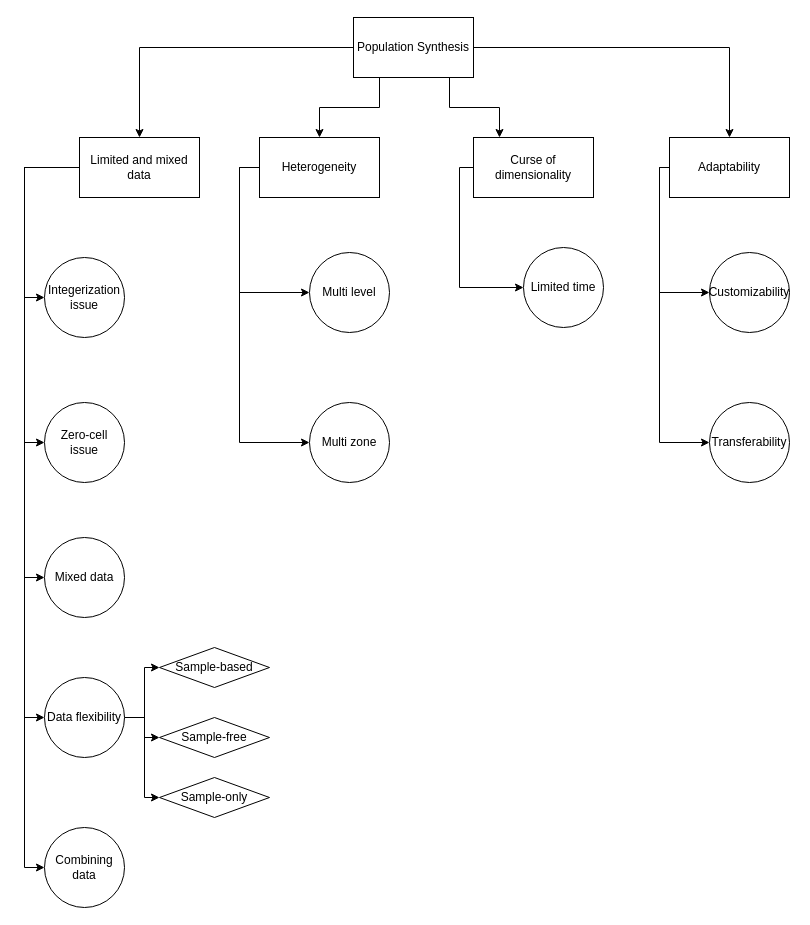
bobkatla/PopSyn_Monash keeps this draw.io diagram as simple_BN_learn/Untitled Diagram.drawio. Above is the earlier version. Source tidied: cells renumbered, new cells numbered last; positions are measured from the earlier drawing's top-left corner, leaving out a move shared by most shapes. Both pictures are drawn from the tidied source at 100%, with x=0, y=0 at pixel (24, 17).
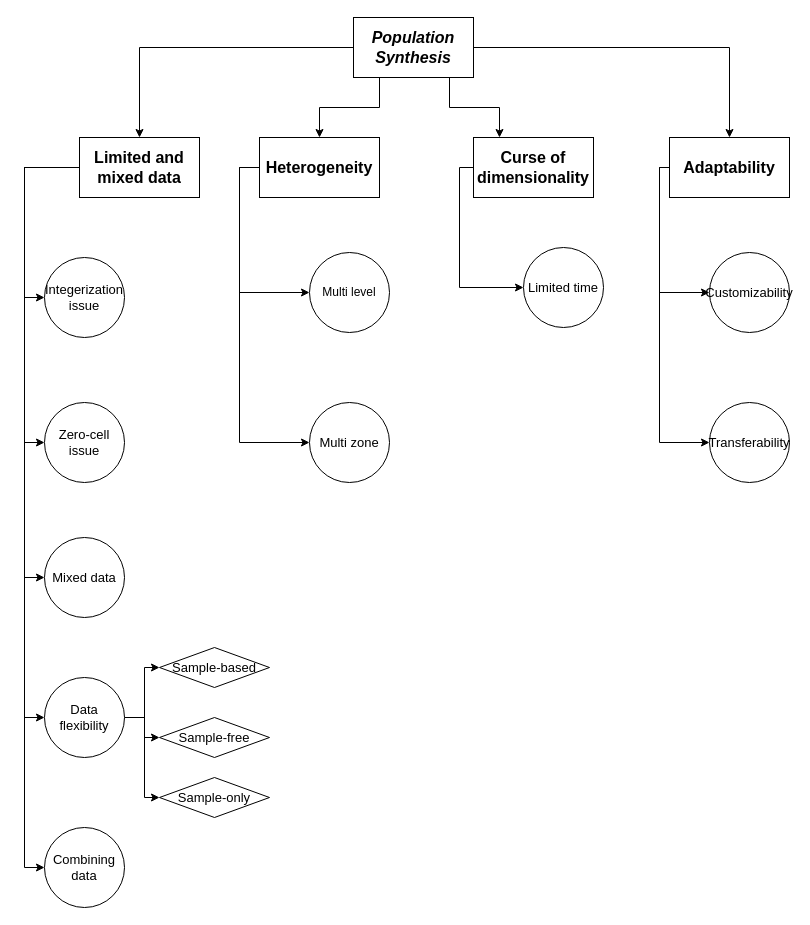
The same diagram, later.

Change to the diagram source:
```diff
@@
-    <mxCell id="6" value="Population Synthesis" style="rounded=0;whiteSpace=wrap;html=1;" parent="1" vertex="1">
+    <mxCell id="6" value="&lt;font style=&quot;font-size: 16px;&quot;&gt;&lt;b&gt;&lt;i&gt;Population Synthesis&lt;/i&gt;&lt;/b&gt;&lt;/font&gt;" style="rounded=0;whiteSpace=wrap;html=1;" parent="1" vertex="1">
       <mxGeometry x="329" width="120" height="60" as="geometry" />
     </mxCell>
@@
-    <mxCell id="12" value="Limited and mixed data" style="rounded=0;whiteSpace=wrap;html=1;" parent="1" vertex="1">
+    <mxCell id="12" value="&lt;b&gt;&lt;font style=&quot;font-size: 16px;&quot;&gt;Limited and mixed data&lt;/font&gt;&lt;/b&gt;" style="rounded=0;whiteSpace=wrap;html=1;" parent="1" vertex="1">
       <mxGeometry x="55" y="120" width="120" height="60" as="geometry" />
     </mxCell>
@@
-    <mxCell id="15" value="Heterogeneity" style="rounded=0;whiteSpace=wrap;html=1;" parent="1" vertex="1">
+    <mxCell id="15" value="&lt;b&gt;&lt;font style=&quot;font-size: 16px;&quot;&gt;Heterogeneity&lt;/font&gt;&lt;/b&gt;" style="rounded=0;whiteSpace=wrap;html=1;" parent="1" vertex="1">
       <mxGeometry x="235" y="120" width="120" height="60" as="geometry" />
     </mxCell>
@@
-    <mxCell id="17" value="Curse of dimensionality" style="rounded=0;whiteSpace=wrap;html=1;" parent="1" vertex="1">
+    <mxCell id="17" value="&lt;b&gt;&lt;font style=&quot;font-size: 16px;&quot;&gt;Curse of dimensionality&lt;/font&gt;&lt;/b&gt;" style="rounded=0;whiteSpace=wrap;html=1;" parent="1" vertex="1">
       <mxGeometry x="449" y="120" width="120" height="60" as="geometry" />
     </mxCell>
@@
-    <mxCell id="20" value="Adaptability" style="rounded=0;whiteSpace=wrap;html=1;" parent="1" vertex="1">
+    <mxCell id="20" value="&lt;b&gt;&lt;font style=&quot;font-size: 16px;&quot;&gt;Adaptability&lt;/font&gt;&lt;/b&gt;" style="rounded=0;whiteSpace=wrap;html=1;" parent="1" vertex="1">
       <mxGeometry x="645" y="120" width="120" height="60" as="geometry" />
     </mxCell>
-    <mxCell id="21" value="Zero-cell issue" style="ellipse;whiteSpace=wrap;html=1;" parent="1" vertex="1">
+    <mxCell id="21" value="&lt;font style=&quot;font-size: 13px;&quot;&gt;Zero-cell issue&lt;/font&gt;" style="ellipse;whiteSpace=wrap;html=1;" parent="1" vertex="1">
       <mxGeometry x="20" y="385" width="80" height="80" as="geometry" />
     </mxCell>
-    <mxCell id="22" value="Integerization issue" style="ellipse;whiteSpace=wrap;html=1;" parent="1" vertex="1">
+    <mxCell id="22" value="&lt;font style=&quot;font-size: 13px;&quot;&gt;Integerization issue&lt;/font&gt;" style="ellipse;whiteSpace=wrap;html=1;" parent="1" vertex="1">
       <mxGeometry x="20" y="240" width="80" height="80" as="geometry" />
     </mxCell>
@@
-    <mxCell id="24" value="Multi zone" style="ellipse;whiteSpace=wrap;html=1;" parent="1" vertex="1">
+    <mxCell id="24" value="&lt;font style=&quot;font-size: 13px;&quot;&gt;Multi zone&lt;/font&gt;" style="ellipse;whiteSpace=wrap;html=1;" parent="1" vertex="1">
       <mxGeometry x="285" y="385" width="80" height="80" as="geometry" />
     </mxCell>
@@
-    <mxCell id="26" value="Customizability" style="ellipse;whiteSpace=wrap;html=1;" parent="1" vertex="1">
+    <mxCell id="26" value="&lt;font style=&quot;font-size: 13px;&quot;&gt;Customizability&lt;/font&gt;" style="ellipse;whiteSpace=wrap;html=1;" parent="1" vertex="1">
       <mxGeometry x="685" y="235" width="80" height="80" as="geometry" />
     </mxCell>
-    <mxCell id="27" value="Transferability" style="ellipse;whiteSpace=wrap;html=1;" parent="1" vertex="1">
+    <mxCell id="27" value="&lt;font style=&quot;font-size: 13px;&quot;&gt;Transferability&lt;/font&gt;" style="ellipse;whiteSpace=wrap;html=1;" parent="1" vertex="1">
       <mxGeometry x="685" y="385" width="80" height="80" as="geometry" />
     </mxCell>
@@
-    <mxCell id="31" value="Data flexibility" style="ellipse;whiteSpace=wrap;html=1;" parent="1" vertex="1">
+    <mxCell id="31" value="&lt;font style=&quot;font-size: 13px;&quot;&gt;Data flexibility&lt;/font&gt;" style="ellipse;whiteSpace=wrap;html=1;" parent="1" vertex="1">
       <mxGeometry x="20" y="660" width="80" height="80" as="geometry" />
     </mxCell>
-    <mxCell id="32" value="Mixed data" style="ellipse;whiteSpace=wrap;html=1;" parent="1" vertex="1">
+    <mxCell id="32" value="&lt;font style=&quot;font-size: 13px;&quot;&gt;Mixed data&lt;/font&gt;" style="ellipse;whiteSpace=wrap;html=1;" parent="1" vertex="1">
       <mxGeometry x="20" y="520" width="80" height="80" as="geometry" />
     </mxCell>
-    <mxCell id="33" value="Sample-based" style="rhombus;whiteSpace=wrap;html=1;" parent="1" vertex="1">
+    <mxCell id="33" value="&lt;font style=&quot;font-size: 13px;&quot;&gt;Sample-based&lt;/font&gt;" style="rhombus;whiteSpace=wrap;html=1;" parent="1" vertex="1">
       <mxGeometry x="135" y="630" width="110" height="40" as="geometry" />
     </mxCell>
-    <mxCell id="34" value="Sample-free" style="rhombus;whiteSpace=wrap;html=1;" parent="1" vertex="1">
+    <mxCell id="34" value="&lt;font style=&quot;font-size: 13px;&quot;&gt;Sample-free&lt;/font&gt;" style="rhombus;whiteSpace=wrap;html=1;" parent="1" vertex="1">
       <mxGeometry x="135" y="700" width="110" height="40" as="geometry" />
     </mxCell>
-    <mxCell id="35" value="Sample-only" style="rhombus;whiteSpace=wrap;html=1;" parent="1" vertex="1">
+    <mxCell id="35" value="&lt;font style=&quot;font-size: 13px;&quot;&gt;Sample-only&lt;/font&gt;" style="rhombus;whiteSpace=wrap;html=1;" parent="1" vertex="1">
       <mxGeometry x="135" y="760" width="110" height="40" as="geometry" />
     </mxCell>
-    <mxCell id="36" value="Limited time" style="ellipse;whiteSpace=wrap;html=1;" parent="1" vertex="1">
+    <mxCell id="36" value="&lt;font style=&quot;font-size: 13px;&quot;&gt;Limited time&lt;/font&gt;" style="ellipse;whiteSpace=wrap;html=1;" parent="1" vertex="1">
       <mxGeometry x="499" y="230" width="80" height="80" as="geometry" />
     </mxCell>
-    <mxCell id="37" value="Combining data" style="ellipse;whiteSpace=wrap;html=1;" parent="1" vertex="1">
+    <mxCell id="37" value="&lt;font style=&quot;font-size: 13px;&quot;&gt;Combining data&lt;/font&gt;" style="ellipse;whiteSpace=wrap;html=1;" parent="1" vertex="1">
       <mxGeometry x="20" y="810" width="80" height="80" as="geometry" />
     </mxCell>
```
